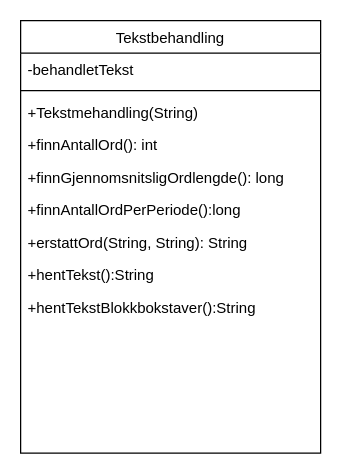
earlbug/Ovinger-Prog1 keeps this draw.io diagram as Oving7/Oving7o2/klassediagram.drawio. Above is the earlier version. Source tidied: cells renumbered, new cells numbered last; positions are measured from the earlier drawing's top-left corner, leaving out a move shared by most shapes. Both pictures are drawn from the tidied source at 125%, with x=0, y=0 at pixel (20, 20).
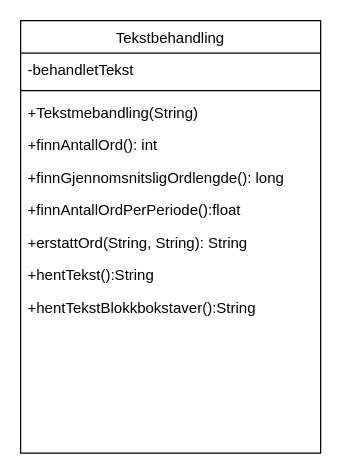
The same page after the edit.

Diff of the diagram source:
```diff
@@
 <mxGraphModel>
   <root>
     <mxCell id="0" />
     <mxCell id="1" parent="0" />
     <mxCell id="2" value="Tekstbehandling" style="swimlane;fontStyle=0;align=center;verticalAlign=top;horizontal=1;startSize=26;rounded=0;shadow=0;strokeWidth=1;" parent="1" vertex="1">
       <mxGeometry width="240" height="346" as="geometry" />
     </mxCell>
     <mxCell id="3" value="-behandletTekst" style="text;align=left;verticalAlign=top;spacingLeft=4;spacingRight=4;overflow=hidden;" parent="2" vertex="1">
       <mxGeometry y="26" width="240" height="26" as="geometry" />
     </mxCell>
     <mxCell id="4" style="line;html=1;strokeWidth=1;align=left;verticalAlign=middle;spacingTop=-1;spacingLeft=3;spacingRight=3;labelPosition=right;" parent="2" vertex="1">
       <mxGeometry y="52" width="240" height="8" as="geometry" />
     </mxCell>
-    <mxCell id="5" value="+Tekstmehandling(String)" style="text;align=left;verticalAlign=top;spacingLeft=4;spacingRight=4;overflow=hidden;" parent="2" vertex="1">
+    <mxCell id="5" value="+Tekstmebandling(String)" style="text;align=left;verticalAlign=top;spacingLeft=4;spacingRight=4;overflow=hidden;" parent="2" vertex="1">
       <mxGeometry y="60" width="240" height="26" as="geometry" />
     </mxCell>
     <mxCell id="6" value="+finnAntallOrd(): int" style="text;align=left;verticalAlign=top;spacingLeft=4;spacingRight=4;overflow=hidden;" parent="2" vertex="1">
       <mxGeometry y="86" width="240" height="26" as="geometry" />
     </mxCell>
     <mxCell id="7" value="+finnGjennomsnitsligOrdlengde(): long" style="text;align=left;verticalAlign=top;spacingLeft=4;spacingRight=4;overflow=hidden;" parent="2" vertex="1">
       <mxGeometry y="112" width="240" height="26" as="geometry" />
     </mxCell>
-    <mxCell id="8" value="+finnAntallOrdPerPeriode():long" style="text;align=left;verticalAlign=top;spacingLeft=4;spacingRight=4;overflow=hidden;" parent="2" vertex="1">
+    <mxCell id="8" value="+finnAntallOrdPerPeriode():float" style="text;align=left;verticalAlign=top;spacingLeft=4;spacingRight=4;overflow=hidden;" parent="2" vertex="1">
       <mxGeometry y="138" width="240" height="26" as="geometry" />
     </mxCell>
     <mxCell id="9" value="+erstattOrd(String, String): String" style="text;align=left;verticalAlign=top;spacingLeft=4;spacingRight=4;overflow=hidden;" parent="2" vertex="1">
       <mxGeometry y="164" width="240" height="26" as="geometry" />
     </mxCell>
     <mxCell id="10" value="+hentTekst():String" style="text;align=left;verticalAlign=top;spacingLeft=4;spacingRight=4;overflow=hidden;" parent="2" vertex="1">
       <mxGeometry y="190" width="240" height="26" as="geometry" />
     </mxCell>
     <mxCell id="11" value="+hentTekstBlokkbokstaver():String" style="text;align=left;verticalAlign=top;spacingLeft=4;spacingRight=4;overflow=hidden;" parent="2" vertex="1">
       <mxGeometry y="216" width="240" height="26" as="geometry" />
     </mxCell>
   </root>
 </mxGraphModel>
```
